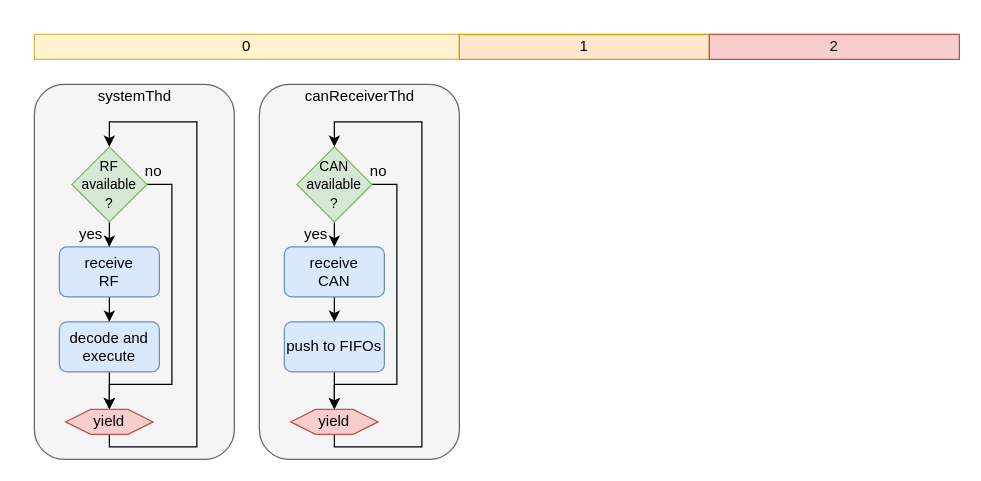
This is documentation/diagrams/SCU_threads.drawio from tjarker/Telemetry, a draw.io file, before an edit. Source tidied: cells renumbered, new cells numbered last; positions are measured from the earlier drawing's top-left corner, leaving out a move shared by most shapes. Both pictures are drawn from the tidied source at 125%, with x=0, y=0 at pixel (34, 34).
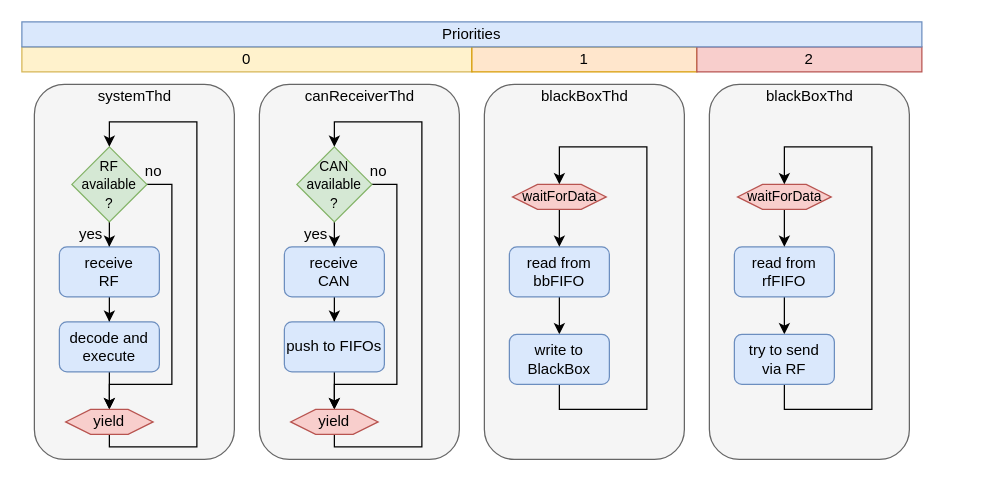
After the change.

Commit message (it also covers changes not shown here):
scu threads

Change to the diagram source:
```diff
@@
     <mxCell id="15" value="0" style="rounded=0;whiteSpace=wrap;html=1;fillColor=#fff2cc;strokeColor=#d6b656;" parent="1" vertex="1">
-      <mxGeometry width="340" height="20" as="geometry" />
+      <mxGeometry x="-10" y="10" width="360" height="20" as="geometry" />
     </mxCell>
@@
     <mxCell id="29" value="1" style="rounded=0;whiteSpace=wrap;html=1;fillColor=#ffe6cc;strokeColor=#d79b00;" parent="1" vertex="1">
-      <mxGeometry x="340" width="200" height="20" as="geometry" />
+      <mxGeometry x="350" y="10" width="180" height="20" as="geometry" />
     </mxCell>
     <mxCell id="30" value="2" style="rounded=0;whiteSpace=wrap;html=1;fillColor=#f8cecc;strokeColor=#b85450;" parent="1" vertex="1">
-      <mxGeometry x="540" width="200" height="20" as="geometry" />
+      <mxGeometry x="530" y="10" width="180" height="20" as="geometry" />
     </mxCell>
+    <mxCell id="31" value="Priorities" style="rounded=0;whiteSpace=wrap;html=1;fillColor=#dae8fc;strokeColor=#6c8ebf;align=center;" parent="1" vertex="1">
+      <mxGeometry x="-10" y="-10" width="720" height="20" as="geometry" />
+    </mxCell>
+    <mxCell id="32" style="rounded=1;whiteSpace=wrap;html=1;fillColor=#f5f5f5;strokeColor=#666666;fontColor=#333333;" parent="1" vertex="1">
+      <mxGeometry x="360" y="40" width="160" height="300" as="geometry" />
+    </mxCell>
+    <mxCell id="33" value="blackBoxThd" style="text;html=1;align=center;verticalAlign=middle;strokeColor=none;" parent="1" vertex="1">
+      <mxGeometry x="400" y="40" width="80" height="20" as="geometry" />
+    </mxCell>
+    <mxCell id="34" style="edgeStyle=orthogonalEdgeStyle;rounded=0;jettySize=auto;html=1;exitX=0.5;exitY=1;exitDx=0;exitDy=0;entryX=0.5;entryY=0;entryDx=0;entryDy=0;fontSize=11;" parent="1" edge="1" source="35" target="39">
+      <mxGeometry relative="1" as="geometry" />
+    </mxCell>
+    <mxCell id="35" value="read from bbFIFO" style="rounded=1;whiteSpace=wrap;html=1;fillColor=#dae8fc;strokeColor=#6c8ebf;" parent="1" vertex="1">
+      <mxGeometry x="380" y="170" width="80" height="40" as="geometry" />
+    </mxCell>
+    <mxCell id="36" style="edgeStyle=orthogonalEdgeStyle;rounded=0;jettySize=auto;html=1;exitX=0.5;exitY=1;exitDx=0;exitDy=0;entryX=0.5;entryY=0;entryDx=0;entryDy=0;fontSize=11;" parent="1" edge="1" source="37" target="35">
+      <mxGeometry relative="1" as="geometry" />
+    </mxCell>
+    <mxCell id="37" value="waitForData" style="shape=hexagon;perimeter=hexagonPerimeter2;whiteSpace=wrap;html=1;fixedSize=1;fillColor=#f8cecc;strokeColor=#b85450;fontSize=11;" parent="1" vertex="1">
+      <mxGeometry x="382.5" y="120" width="75" height="20" as="geometry" />
+    </mxCell>
+    <mxCell id="38" style="edgeStyle=orthogonalEdgeStyle;rounded=0;jettySize=auto;html=1;entryX=0.5;entryY=0;entryDx=0;entryDy=0;fontSize=11;" parent="1" edge="1" source="39" target="37">
+      <mxGeometry relative="1" as="geometry">
+        <Array as="points">
+          <mxPoint x="420" y="300" />
+          <mxPoint x="490" y="300" />
+          <mxPoint x="490" y="90" />
+          <mxPoint x="420" y="90" />
+        </Array>
+      </mxGeometry>
+    </mxCell>
+    <mxCell id="39" value="write to&lt;br&gt;BlackBox" style="rounded=1;whiteSpace=wrap;html=1;fillColor=#dae8fc;strokeColor=#6c8ebf;" parent="1" vertex="1">
+      <mxGeometry x="380" y="240" width="80" height="40" as="geometry" />
+    </mxCell>
+    <mxCell id="40" style="rounded=1;whiteSpace=wrap;html=1;fillColor=#f5f5f5;strokeColor=#666666;fontColor=#333333;" parent="1" vertex="1">
+      <mxGeometry x="540" y="40" width="160" height="300" as="geometry" />
+    </mxCell>
+    <mxCell id="41" value="blackBoxThd" style="text;html=1;align=center;verticalAlign=middle;strokeColor=none;" parent="1" vertex="1">
+      <mxGeometry x="580" y="40" width="80" height="20" as="geometry" />
+    </mxCell>
+    <mxCell id="42" style="edgeStyle=orthogonalEdgeStyle;rounded=0;jettySize=auto;html=1;exitX=0.5;exitY=1;exitDx=0;exitDy=0;entryX=0.5;entryY=0;entryDx=0;entryDy=0;fontSize=11;" parent="1" edge="1" source="43" target="47">
+      <mxGeometry relative="1" as="geometry" />
+    </mxCell>
+    <mxCell id="43" value="read from rfFIFO" style="rounded=1;whiteSpace=wrap;html=1;fillColor=#dae8fc;strokeColor=#6c8ebf;" parent="1" vertex="1">
+      <mxGeometry x="560" y="170" width="80" height="40" as="geometry" />
+    </mxCell>
+    <mxCell id="44" style="edgeStyle=orthogonalEdgeStyle;rounded=0;jettySize=auto;html=1;exitX=0.5;exitY=1;exitDx=0;exitDy=0;entryX=0.5;entryY=0;entryDx=0;entryDy=0;fontSize=11;" parent="1" edge="1" source="45" target="43">
+      <mxGeometry relative="1" as="geometry" />
+    </mxCell>
+    <mxCell id="45" value="waitForData" style="shape=hexagon;perimeter=hexagonPerimeter2;whiteSpace=wrap;html=1;fixedSize=1;fillColor=#f8cecc;strokeColor=#b85450;fontSize=11;" parent="1" vertex="1">
+      <mxGeometry x="562.5" y="120" width="75" height="20" as="geometry" />
+    </mxCell>
+    <mxCell id="46" style="edgeStyle=orthogonalEdgeStyle;rounded=0;jettySize=auto;html=1;entryX=0.5;entryY=0;entryDx=0;entryDy=0;fontSize=11;" parent="1" edge="1" source="47" target="45">
+      <mxGeometry relative="1" as="geometry">
+        <Array as="points">
+          <mxPoint x="600" y="300" />
+          <mxPoint x="670" y="300" />
+          <mxPoint x="670" y="90" />
+          <mxPoint x="600" y="90" />
+        </Array>
+      </mxGeometry>
+    </mxCell>
+    <mxCell id="47" value="try to send&lt;br&gt;via RF" style="rounded=1;whiteSpace=wrap;html=1;fillColor=#dae8fc;strokeColor=#6c8ebf;" parent="1" vertex="1">
+      <mxGeometry x="560" y="240" width="80" height="40" as="geometry" />
+    </mxCell>
```
